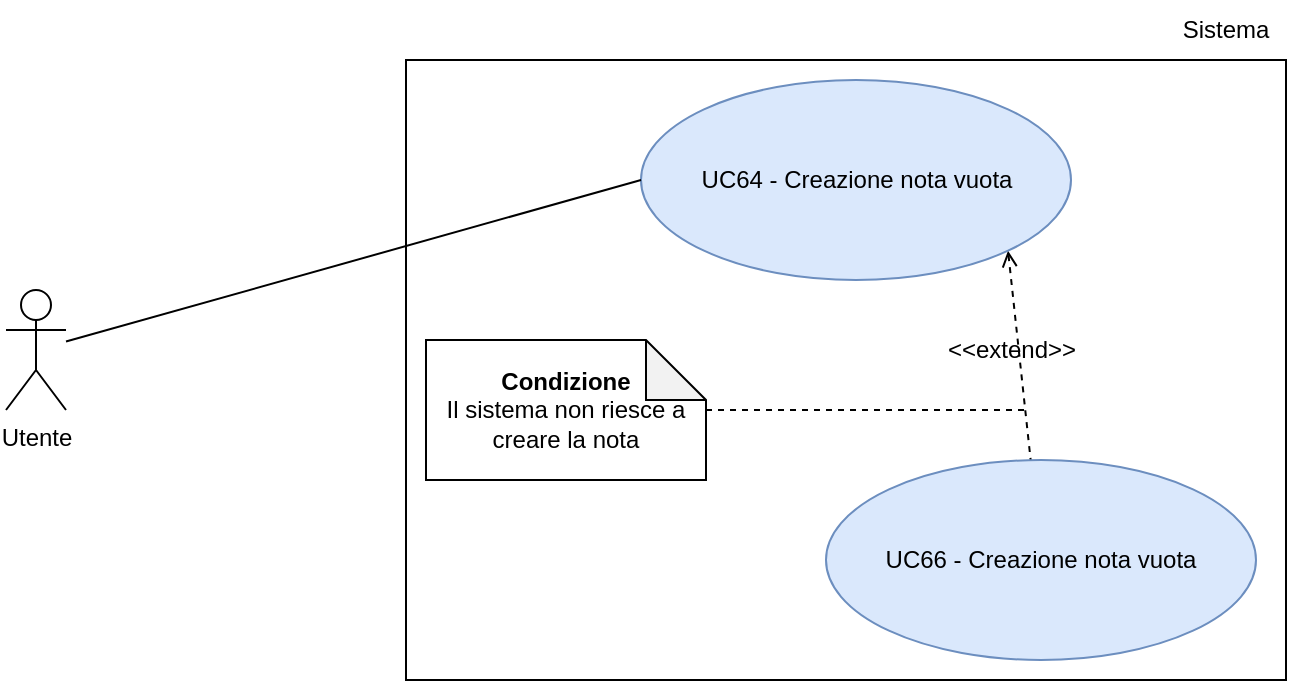
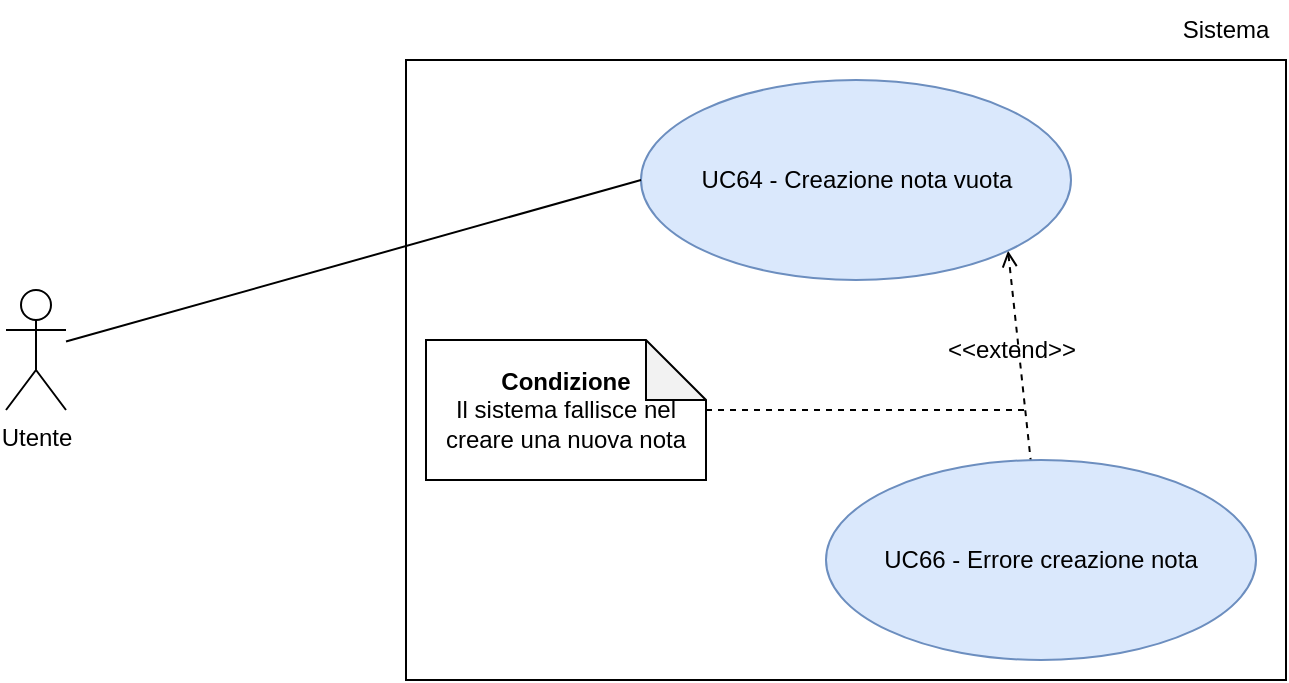
<mxfile host="Electron" agent="Mozilla/5.0 (Macintosh; Intel Mac OS X 10_15_7) AppleWebKit/537.36 (KHTML, like Gecko) draw.io/29.6.6 Chrome/144.0.7559.236 Electron/40.8.4 Safari/537.36" version="29.6.6">
  <diagram name="Page-1" id="4xtho81ADt9NAkVEL4nd">
    <mxGraphModel dx="976" dy="656" grid="1" gridSize="10" guides="1" tooltips="1" connect="1" arrows="1" fold="1" page="1" pageScale="1" pageWidth="850" pageHeight="1100" math="0" shadow="0">
      <root>
        <mxCell id="0" />
        <mxCell id="1" parent="0" />
        <mxCell id="StCBPmpuHo7DJ7ayqhCM-1" parent="1" style="rounded=0;whiteSpace=wrap;html=1;" value="" vertex="1">
          <mxGeometry height="310" width="440" x="310" y="220" as="geometry" />
        </mxCell>
        <mxCell id="StCBPmpuHo7DJ7ayqhCM-8" edge="1" parent="1" source="StCBPmpuHo7DJ7ayqhCM-2" style="rounded=0;orthogonalLoop=1;jettySize=auto;html=1;exitX=1;exitY=1;exitDx=0;exitDy=0;dashed=1;startArrow=open;startFill=0;endArrow=none;endFill=0;" target="StCBPmpuHo7DJ7ayqhCM-7">
          <mxGeometry relative="1" as="geometry" />
        </mxCell>
        <mxCell id="StCBPmpuHo7DJ7ayqhCM-2" parent="1" style="ellipse;whiteSpace=wrap;html=1;fillColor=#dae8fc;strokeColor=#6c8ebf;" value="UC64 - Creazione nota vuota" vertex="1">
          <mxGeometry height="100" width="215" x="427.5" y="230" as="geometry" />
        </mxCell>
        <mxCell id="StCBPmpuHo7DJ7ayqhCM-4" edge="1" parent="1" source="StCBPmpuHo7DJ7ayqhCM-3" style="rounded=0;orthogonalLoop=1;jettySize=auto;html=1;endArrow=none;endFill=0;entryX=0;entryY=0.5;entryDx=0;entryDy=0;" target="StCBPmpuHo7DJ7ayqhCM-2">
          <mxGeometry relative="1" as="geometry" />
        </mxCell>
        <mxCell id="StCBPmpuHo7DJ7ayqhCM-3" parent="1" style="shape=umlActor;verticalLabelPosition=bottom;verticalAlign=top;html=1;outlineConnect=0;" value="Utente" vertex="1">
          <mxGeometry height="60" width="30" x="110" y="335" as="geometry" />
        </mxCell>
        <mxCell id="StCBPmpuHo7DJ7ayqhCM-5" parent="1" style="text;html=1;whiteSpace=wrap;strokeColor=none;fillColor=none;align=center;verticalAlign=middle;rounded=0;" value="Sistema" vertex="1">
          <mxGeometry height="30" width="60" x="690" y="190" as="geometry" />
        </mxCell>
-         <mxCell id="StCBPmpuHo7DJ7ayqhCM-7" parent="1" style="ellipse;whiteSpace=wrap;html=1;fillColor=#dae8fc;strokeColor=#6c8ebf;" value="UC66 - Creazione nota vuota" vertex="1">
+         <mxCell id="StCBPmpuHo7DJ7ayqhCM-7" parent="1" style="ellipse;whiteSpace=wrap;html=1;fillColor=#dae8fc;strokeColor=#6c8ebf;" value="UC66 - Errore creazione nota" vertex="1">
          <mxGeometry height="100" width="215" x="520" y="420" as="geometry" />
        </mxCell>
        <mxCell id="StCBPmpuHo7DJ7ayqhCM-12" edge="1" parent="1" source="StCBPmpuHo7DJ7ayqhCM-9" style="edgeStyle=orthogonalEdgeStyle;rounded=0;orthogonalLoop=1;jettySize=auto;html=1;endArrow=none;endFill=0;dashed=1;">
          <mxGeometry relative="1" as="geometry">
            <mxPoint x="620" y="395" as="targetPoint" />
          </mxGeometry>
        </mxCell>
-         <mxCell id="StCBPmpuHo7DJ7ayqhCM-9" parent="1" style="shape=note;whiteSpace=wrap;html=1;backgroundOutline=1;darkOpacity=0.05;" value="&lt;b&gt;Condizione&lt;/b&gt;&lt;div&gt;Il sistema non riesce a creare la nota&lt;/div&gt;" vertex="1">
+         <mxCell id="StCBPmpuHo7DJ7ayqhCM-9" parent="1" style="shape=note;whiteSpace=wrap;html=1;backgroundOutline=1;darkOpacity=0.05;" value="&lt;b&gt;Condizione&lt;/b&gt;&lt;div&gt;Il sistema fallisce nel creare una nuova nota&lt;/div&gt;" vertex="1">
          <mxGeometry height="70" width="140" x="320" y="360" as="geometry" />
        </mxCell>
        <mxCell id="StCBPmpuHo7DJ7ayqhCM-10" parent="1" style="text;html=1;whiteSpace=wrap;strokeColor=none;fillColor=none;align=center;verticalAlign=middle;rounded=0;" value="&amp;lt;&amp;lt;extend&amp;gt;&amp;gt;" vertex="1">
          <mxGeometry height="30" width="60" x="582.5" y="350" as="geometry" />
        </mxCell>
      </root>
    </mxGraphModel>
  </diagram>
</mxfile>
